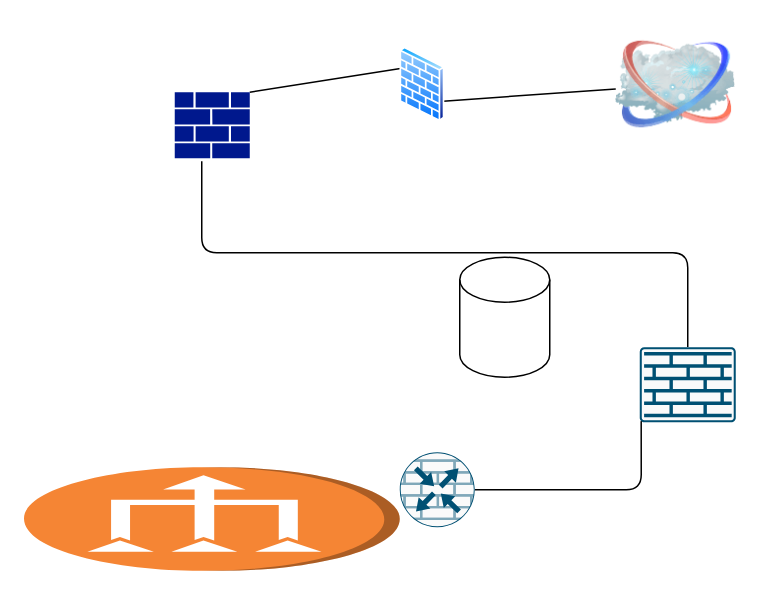
Above: Untitled Diagram.drawio in kennedyjombo/intro-to-me (draw.io), before the change. Source tidied: cells renumbered, new cells numbered last; positions are measured from the earlier drawing's top-left corner, leaving out a move shared by most shapes. Both pictures are drawn from the tidied source at 150%, with x=0, y=0 at pixel (24, 24).
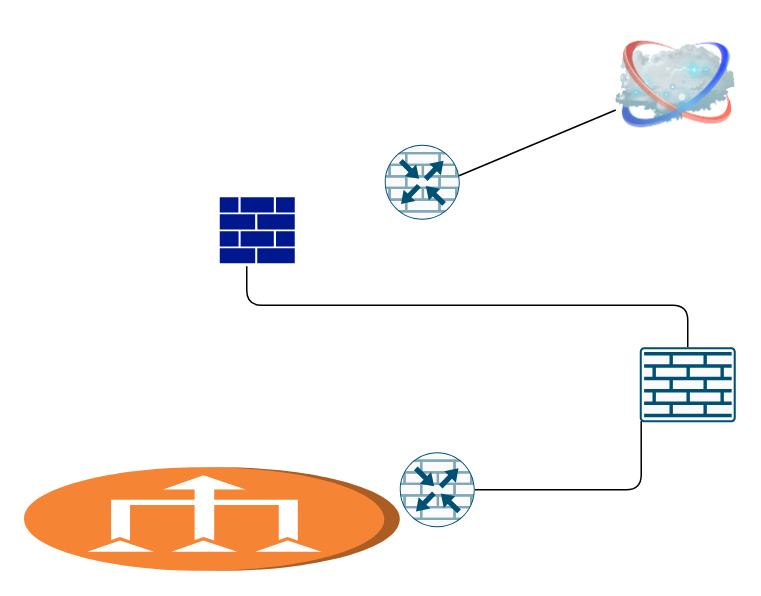
After the change.

Change to the diagram source:
```diff
@@
 <mxGraphModel>
   <root>
     <mxCell id="0" />
     <mxCell id="1" parent="0" />
-    <mxCell id="2" style="rounded=1;jettySize=auto;html=1;exitX=1;exitY=0;exitDx=0;exitDy=0;exitPerimeter=0;entryX=0;entryY=0.25;entryDx=0;entryDy=0;startArrow=none;startFill=0;endArrow=none;endFill=0;" parent="1" edge="1" source="3" target="9">
-      <mxGeometry relative="1" as="geometry" />
-    </mxCell>
     <mxCell id="3" style="sketch=0;shadow=0;dashed=0;html=1;strokeColor=none;labelPosition=center;verticalLabelPosition=bottom;verticalAlign=top;align=center;fillColor=#00188D;shape=mxgraph.mscae.enterprise.firewall;" parent="1" vertex="1">
-      <mxGeometry x="100" y="45" width="50" height="44" as="geometry" />
+      <mxGeometry x="130" y="115" width="50" height="44" as="geometry" />
     </mxCell>
     <mxCell id="4" style="edgeStyle=orthogonalEdgeStyle;rounded=1;jettySize=auto;html=1;exitX=0.5;exitY=0;exitDx=0;exitDy=0;exitPerimeter=0;startArrow=none;startFill=0;endArrow=none;endFill=0;entryX=0.36;entryY=1.045;entryDx=0;entryDy=0;entryPerimeter=0;" parent="1" edge="1" source="5" target="3">
       <mxGeometry relative="1" as="geometry" />
     </mxCell>
     <mxCell id="5" style="sketch=0;points=[[0.015,0.015,0],[0.985,0.015,0],[0.985,0.985,0],[0.015,0.985,0],[0.25,0,0],[0.5,0,0],[0.75,0,0],[1,0.25,0],[1,0.5,0],[1,0.75,0],[0.75,1,0],[0.5,1,0],[0.25,1,0],[0,0.75,0],[0,0.5,0],[0,0.25,0]];verticalLabelPosition=bottom;html=1;verticalAlign=top;align=center;shape=mxgraph.cisco19.rect;prIcon=firewall;fillColor=#FAFAFA;strokeColor=#005073;" parent="1" vertex="1">
       <mxGeometry x="410" y="215" width="64" height="50" as="geometry" />
     </mxCell>
     <mxCell id="6" style="edgeStyle=orthogonalEdgeStyle;jettySize=auto;html=1;exitX=1;exitY=0.5;exitDx=0;exitDy=0;exitPerimeter=0;entryX=0.015;entryY=0.985;entryDx=0;entryDy=0;entryPerimeter=0;startArrow=none;startFill=0;rounded=1;endArrow=none;endFill=0;" parent="1" edge="1" source="7" target="5">
       <mxGeometry relative="1" as="geometry" />
     </mxCell>
     <mxCell id="7" style="sketch=0;points=[[0.5,0,0],[1,0.5,0],[0.5,1,0],[0,0.5,0],[0.145,0.145,0],[0.8555,0.145,0],[0.855,0.8555,0],[0.145,0.855,0]];verticalLabelPosition=bottom;html=1;verticalAlign=top;align=center;shape=mxgraph.cisco19.rect;prIcon=router_with_firewall;fillColor=#FAFAFA;strokeColor=#005073;" parent="1" vertex="1">
       <mxGeometry x="250" y="285" width="50" height="50" as="geometry" />
     </mxCell>
-    <mxCell id="8" style="edgeStyle=none;rounded=1;jettySize=auto;html=1;exitX=1;exitY=0.75;exitDx=0;exitDy=0;startArrow=none;startFill=0;endArrow=none;endFill=0;" parent="1" edge="1" source="9" target="11">
-      <mxGeometry relative="1" as="geometry" />
+    <mxCell id="8" style="edgeStyle=none;rounded=1;jettySize=auto;html=1;exitX=1;exitY=0.75;exitDx=0;exitDy=0;startArrow=none;startFill=0;endArrow=none;endFill=0;" parent="1" edge="1" target="11">
+      <mxGeometry relative="1" as="geometry">
+        <mxPoint x="288.7" y="101" as="sourcePoint" />
+      </mxGeometry>
     </mxCell>
-    <mxCell id="9" style="perimeter=ellipsePerimeter;html=1;align=center;shadow=0;dashed=0;spacingTop=3;image;image=img/lib/active_directory/firewall.svg;" parent="1" vertex="1">
-      <mxGeometry x="250" y="15" width="30.5" height="50" as="geometry" />
-    </mxCell>
-    <mxCell id="10" style="shape=cylinder3;whiteSpace=wrap;html=1;boundedLbl=1;backgroundOutline=1;size=15;" parent="1" vertex="1">
-      <mxGeometry x="290" y="155" width="60" height="80" as="geometry" />
-    </mxCell>
     <mxCell id="11" style="image;html=1;image=img/lib/clip_art/networking/Cloud_128x128.png;" parent="1" vertex="1">
       <mxGeometry x="394" width="80" height="80" as="geometry" />
     </mxCell>
     <mxCell id="12" style="dashed=0;verticalLabelPosition=bottom;verticalAlign=top;align=center;html=1;shape=mxgraph.aws3.vpc_nat_gateway;fillColor=#F58534;gradientColor=none;direction=north;" parent="1" vertex="1">
       <mxGeometry x="-0.5" y="295" width="250.5" height="69" as="geometry" />
     </mxCell>
+    <mxCell id="13" style="sketch=0;verticalLabelPosition=bottom;html=1;verticalAlign=top;align=center;shape=mxgraph.cisco19.rect;prIcon=router_with_firewall;fillColor=#FAFAFA;strokeColor=#005073;" parent="1" vertex="1">
+      <mxGeometry x="240" y="80" width="50" height="50" as="geometry" />
+    </mxCell>
   </root>
 </mxGraphModel>
```
